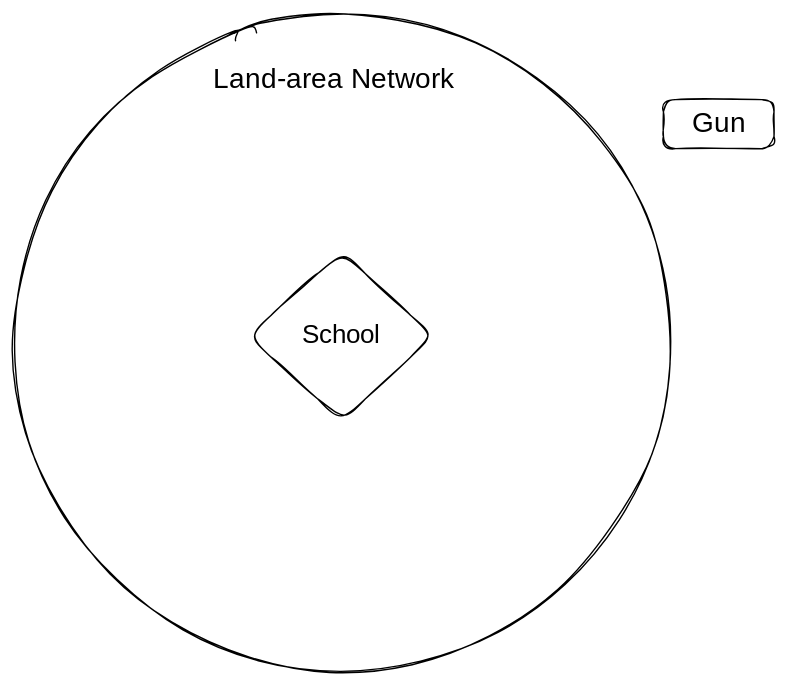
Before: .gitbook/assets/file.excalidraw (1).svg, a diagram exported from Excalidraw (civichacker/anti-oppressive). Source tidied: one line per element, renumbered; positions are measured from the earlier drawing's top-left corner, leaving out a move shared by most shapes.
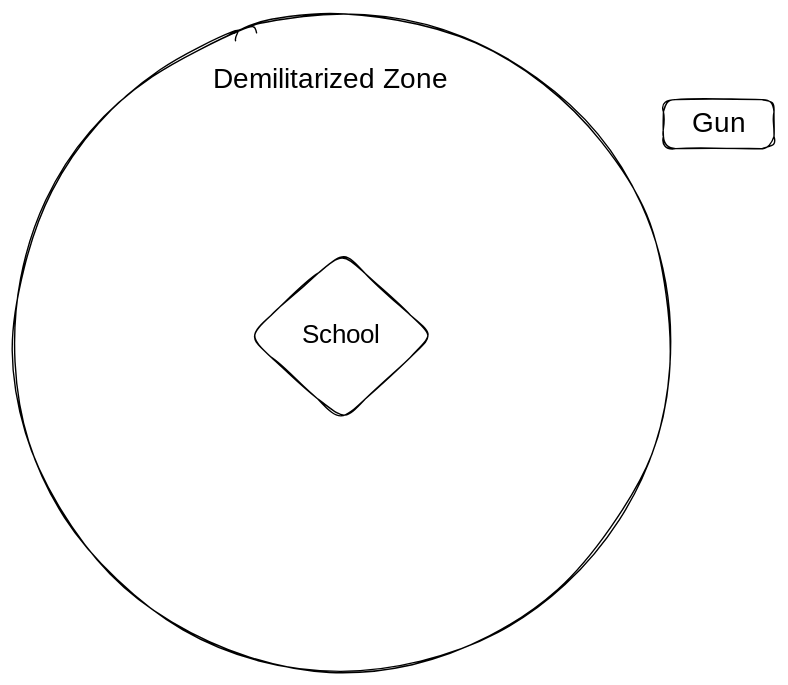
The same file after the commit.

What changed in the source:
```diff
@@ -1,6 +1,6 @@
 {"id": 0, "type": "ellipse", "strokeColor": "#000000", "strokeWidth": 1, "roughness": 1, "round": true, "x": 0, "y": 0, "width": 469, "height": 469}
 {"id": 1, "type": "diamond", "strokeColor": "#000000", "strokeWidth": 1, "roughness": 1, "round": true, "x": 167, "y": 170, "width": 133, "height": 120}
 {"id": 2, "type": "text", "text": "School", "strokeColor": "#000000", "strokeWidth": 1, "roughness": 1, "fontSize": 18.39, "fontFamily": 1, "textAlign": "center", "verticalAlign": "middle", "inside": 1, "x": 206, "y": 219, "width": 55, "height": 23}
-{"id": 3, "type": "text", "text": "Land-area Network", "strokeColor": "#000000", "strokeWidth": 1, "roughness": 1, "fontSize": 20, "fontFamily": 1, "x": 142, "y": 35, "width": 187, "height": 25}
+{"id": 3, "type": "text", "text": "Demilitarized Zone", "strokeColor": "#000000", "strokeWidth": 1, "roughness": 1, "fontSize": 20, "fontFamily": 1, "x": 142, "y": 35, "width": 182, "height": 25}
 {"id": 4, "type": "rectangle", "strokeColor": "#000000", "strokeWidth": 1, "roughness": 1, "round": true, "x": 464, "y": 61, "width": 79, "height": 35}
 {"id": 5, "type": "text", "text": "Gun", "strokeColor": "#000000", "strokeWidth": 1, "roughness": 1, "fontSize": 20, "fontFamily": 1, "textAlign": "center", "verticalAlign": "middle", "inside": 4, "x": 485, "y": 66, "width": 36, "height": 25}
```
